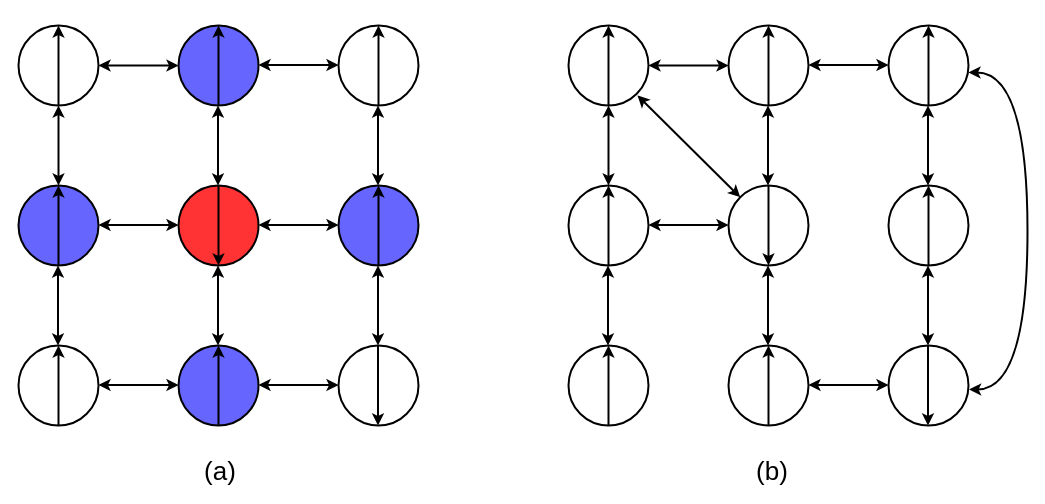
The draw.io diagram doc/sbm/ising_model.drawio in yao-baijian/qsbm, before the edit. Source tidied: cells renumbered, new cells numbered last; positions are measured from the earlier drawing's top-left corner, leaving out a move shared by most shapes. Both pictures are drawn from the tidied source at 100%, with x=0, y=0 at pixel (18, 25).
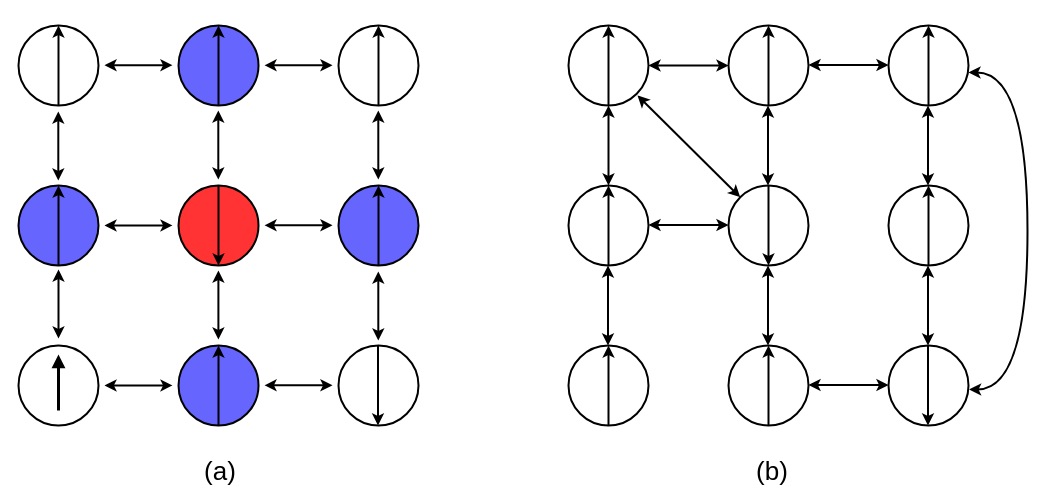
Above is the later version.

The change refers to these unchanged cells:
```xml
<mxCell id="2" style="ellipse;whiteSpace=wrap;html=1;strokeWidth=2;rounded=1;" parent="1" vertex="1">
  <mxGeometry width="80" height="80" as="geometry" />
</mxCell>
<mxCell id="4" style="ellipse;whiteSpace=wrap;html=1;strokeWidth=2;fillStyle=solid;fillColor=#6666FF;rounded=1;" parent="1" vertex="1">
  <mxGeometry x="160" width="80" height="80" as="geometry" />
</mxCell>
<mxCell id="13" style="ellipse;whiteSpace=wrap;html=1;strokeWidth=2;rounded=1;" parent="1" vertex="1">
  <mxGeometry y="320" width="80" height="80" as="geometry" />
</mxCell>
```

The edit, as a diff of the source:
```diff
@@
-    <mxCell id="14" style="endArrow=classic;html=1;rounded=1;entryX=0.5;entryY=0;entryDx=0;entryDy=0;strokeWidth=2;" parent="1" edge="1" target="13">
+    <mxCell id="14" style="endArrow=block;html=1;rounded=1;strokeWidth=3;endFill=1;" parent="1" edge="1">
       <mxGeometry relative="1" as="geometry">
-        <mxPoint x="40" y="400" as="sourcePoint" />
+        <mxPoint x="40" y="385" as="sourcePoint" />
+        <mxPoint x="40" y="329" as="targetPoint" />
       </mxGeometry>
     </mxCell>
@@
-    <mxCell id="19" style="endArrow=classic;startArrow=classic;html=1;rounded=1;entryX=0;entryY=0.5;entryDx=0;entryDy=0;strokeWidth=2;" parent="1" edge="1" target="4">
-      <mxGeometry relative="1" as="geometry">
-        <mxPoint x="80" y="40" as="sourcePoint" />
-      </mxGeometry>
-    </mxCell>
-    <mxCell id="20" style="endArrow=classic;startArrow=classic;html=1;rounded=1;entryX=0;entryY=0.5;entryDx=0;entryDy=0;strokeWidth=2;" parent="1" edge="1">
-      <mxGeometry relative="1" as="geometry">
-        <mxPoint x="80" y="199.5" as="sourcePoint" />
-        <mxPoint x="160" y="199.5" as="targetPoint" />
-      </mxGeometry>
-    </mxCell>
-    <mxCell id="21" style="endArrow=classic;startArrow=classic;html=1;rounded=1;entryX=0.5;entryY=1;entryDx=0;entryDy=0;strokeWidth=2;" parent="1" edge="1" target="2">
-      <mxGeometry relative="1" as="geometry">
-        <mxPoint x="40" y="160" as="sourcePoint" />
-      </mxGeometry>
-    </mxCell>
-    <mxCell id="22" style="endArrow=classic;startArrow=classic;html=1;rounded=1;entryX=0;entryY=0.5;entryDx=0;entryDy=0;strokeWidth=2;" parent="1" edge="1">
-      <mxGeometry relative="1" as="geometry">
-        <mxPoint x="240" y="39.5" as="sourcePoint" />
-        <mxPoint x="320" y="39.5" as="targetPoint" />
-      </mxGeometry>
-    </mxCell>
-    <mxCell id="23" style="endArrow=classic;startArrow=classic;html=1;rounded=1;entryX=0.5;entryY=1;entryDx=0;entryDy=0;strokeWidth=2;" parent="1" edge="1">
+    <mxCell id="23" style="endArrow=classic;startArrow=classic;html=1;rounded=1;strokeWidth=2;" parent="1" edge="1">
       <mxGeometry relative="1" as="geometry">
-        <mxPoint x="39.5" y="320" as="sourcePoint" />
-        <mxPoint x="39.5" y="240" as="targetPoint" />
+        <mxPoint x="40" y="313" as="sourcePoint" />
+        <mxPoint x="40" y="244" as="targetPoint" />
       </mxGeometry>
     </mxCell>
-    <mxCell id="24" style="endArrow=classic;startArrow=classic;html=1;rounded=1;entryX=0;entryY=0.5;entryDx=0;entryDy=0;strokeWidth=2;" parent="1" edge="1">
-      <mxGeometry relative="1" as="geometry">
-        <mxPoint x="240" y="199.5" as="sourcePoint" />
-        <mxPoint x="320" y="199.5" as="targetPoint" />
-      </mxGeometry>
-    </mxCell>
-    <mxCell id="25" style="endArrow=classic;startArrow=classic;html=1;rounded=1;entryX=0.5;entryY=1;entryDx=0;entryDy=0;strokeWidth=2;" parent="1" edge="1">
-      <mxGeometry relative="1" as="geometry">
-        <mxPoint x="199.5" y="320" as="sourcePoint" />
-        <mxPoint x="199.5" y="240" as="targetPoint" />
-      </mxGeometry>
-    </mxCell>
-    <mxCell id="26" style="endArrow=classic;startArrow=classic;html=1;rounded=1;entryX=0.5;entryY=1;entryDx=0;entryDy=0;strokeWidth=2;" parent="1" edge="1">
-      <mxGeometry relative="1" as="geometry">
-        <mxPoint x="359.5" y="320" as="sourcePoint" />
-        <mxPoint x="359.5" y="240" as="targetPoint" />
-      </mxGeometry>
-    </mxCell>
-    <mxCell id="27" style="endArrow=classic;startArrow=classic;html=1;rounded=1;entryX=0.5;entryY=1;entryDx=0;entryDy=0;strokeWidth=2;" parent="1" edge="1">
-      <mxGeometry relative="1" as="geometry">
-        <mxPoint x="199.5" y="160" as="sourcePoint" />
-        <mxPoint x="199.5" y="80" as="targetPoint" />
-      </mxGeometry>
-    </mxCell>
-    <mxCell id="28" style="endArrow=classic;startArrow=classic;html=1;rounded=1;entryX=0.5;entryY=1;entryDx=0;entryDy=0;strokeWidth=2;" parent="1" edge="1">
-      <mxGeometry relative="1" as="geometry">
-        <mxPoint x="359.5" y="160" as="sourcePoint" />
-        <mxPoint x="359.5" y="80" as="targetPoint" />
-      </mxGeometry>
-    </mxCell>
-    <mxCell id="29" style="endArrow=classic;startArrow=classic;html=1;rounded=1;entryX=0;entryY=0.5;entryDx=0;entryDy=0;strokeWidth=2;" parent="1" edge="1">
+    <mxCell id="29" style="endArrow=classic;startArrow=classic;html=1;rounded=1;strokeWidth=2;" parent="1" edge="1">
       <mxGeometry relative="1" as="geometry">
-        <mxPoint x="80" y="359.5" as="sourcePoint" />
-        <mxPoint x="160" y="359.5" as="targetPoint" />
+        <mxPoint x="86" y="359.9" as="sourcePoint" />
+        <mxPoint x="154" y="359.9" as="targetPoint" />
       </mxGeometry>
     </mxCell>
-    <mxCell id="30" style="endArrow=classic;startArrow=classic;html=1;rounded=1;entryX=0;entryY=0.5;entryDx=0;entryDy=0;strokeWidth=2;" parent="1" edge="1">
-      <mxGeometry relative="1" as="geometry">
-        <mxPoint x="240" y="359.5" as="sourcePoint" />
-        <mxPoint x="320" y="359.5" as="targetPoint" />
-      </mxGeometry>
-    </mxCell>
@@
+    <mxCell id="64" style="endArrow=classic;startArrow=classic;html=1;rounded=1;strokeWidth=2;" parent="1" edge="1">
+      <mxGeometry relative="1" as="geometry">
+        <mxPoint x="199.9" y="314" as="sourcePoint" />
+        <mxPoint x="199.9" y="245" as="targetPoint" />
+      </mxGeometry>
+    </mxCell>
+    <mxCell id="65" style="endArrow=classic;startArrow=classic;html=1;rounded=1;strokeWidth=2;" parent="1" edge="1">
+      <mxGeometry relative="1" as="geometry">
+        <mxPoint x="359.8" y="315" as="sourcePoint" />
+        <mxPoint x="359.8" y="246" as="targetPoint" />
+      </mxGeometry>
+    </mxCell>
+    <mxCell id="66" style="endArrow=classic;startArrow=classic;html=1;rounded=1;strokeWidth=2;" parent="1" edge="1">
+      <mxGeometry relative="1" as="geometry">
+        <mxPoint x="359.8" y="154" as="sourcePoint" />
+        <mxPoint x="359.8" y="85" as="targetPoint" />
+      </mxGeometry>
+    </mxCell>
+    <mxCell id="67" style="endArrow=classic;startArrow=classic;html=1;rounded=1;strokeWidth=2;" parent="1" edge="1">
+      <mxGeometry relative="1" as="geometry">
+        <mxPoint x="199.8" y="154" as="sourcePoint" />
+        <mxPoint x="199.8" y="85" as="targetPoint" />
+      </mxGeometry>
+    </mxCell>
+    <mxCell id="68" style="endArrow=classic;startArrow=classic;html=1;rounded=1;strokeWidth=2;" parent="1" edge="1">
+      <mxGeometry relative="1" as="geometry">
+        <mxPoint x="39.8" y="155" as="sourcePoint" />
+        <mxPoint x="39.8" y="86" as="targetPoint" />
+      </mxGeometry>
+    </mxCell>
+    <mxCell id="69" style="endArrow=classic;startArrow=classic;html=1;rounded=1;strokeWidth=2;" parent="1" edge="1">
+      <mxGeometry relative="1" as="geometry">
+        <mxPoint x="86" y="199.9" as="sourcePoint" />
+        <mxPoint x="154" y="199.9" as="targetPoint" />
+      </mxGeometry>
+    </mxCell>
+    <mxCell id="70" style="endArrow=classic;startArrow=classic;html=1;rounded=1;strokeWidth=2;" parent="1" edge="1">
+      <mxGeometry relative="1" as="geometry">
+        <mxPoint x="86" y="39.7" as="sourcePoint" />
+        <mxPoint x="154" y="39.7" as="targetPoint" />
+      </mxGeometry>
+    </mxCell>
+    <mxCell id="71" style="endArrow=classic;startArrow=classic;html=1;rounded=1;strokeWidth=2;" parent="1" edge="1">
+      <mxGeometry relative="1" as="geometry">
+        <mxPoint x="246" y="359.8" as="sourcePoint" />
+        <mxPoint x="314" y="359.8" as="targetPoint" />
+      </mxGeometry>
+    </mxCell>
+    <mxCell id="72" style="endArrow=classic;startArrow=classic;html=1;rounded=1;strokeWidth=2;" parent="1" edge="1">
+      <mxGeometry relative="1" as="geometry">
+        <mxPoint x="246" y="199.8" as="sourcePoint" />
+        <mxPoint x="314" y="199.8" as="targetPoint" />
+      </mxGeometry>
+    </mxCell>
+    <mxCell id="73" style="endArrow=classic;startArrow=classic;html=1;rounded=1;strokeWidth=2;" parent="1" edge="1">
+      <mxGeometry relative="1" as="geometry">
+        <mxPoint x="246" y="39.8" as="sourcePoint" />
+        <mxPoint x="314" y="39.8" as="targetPoint" />
+      </mxGeometry>
+    </mxCell>
```
